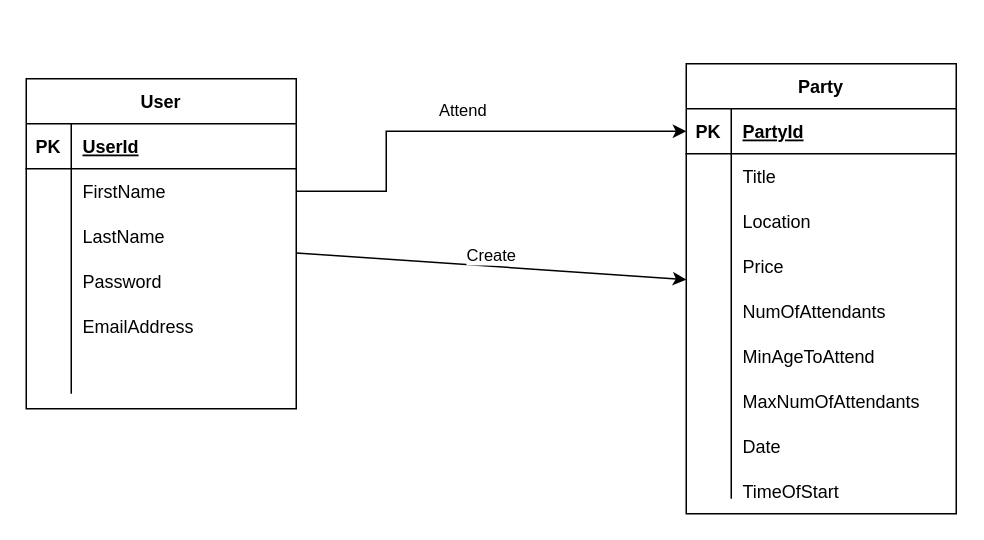
Above: documentation/data_structure.drawio in edvig/dts_project (draw.io), before the change. Source tidied: cells renumbered, new cells numbered last; positions are measured from the earlier drawing's top-left corner, leaving out a move shared by most shapes. Both pictures are drawn from the tidied source at 150%, with x=0, y=0 at pixel (26, 63).
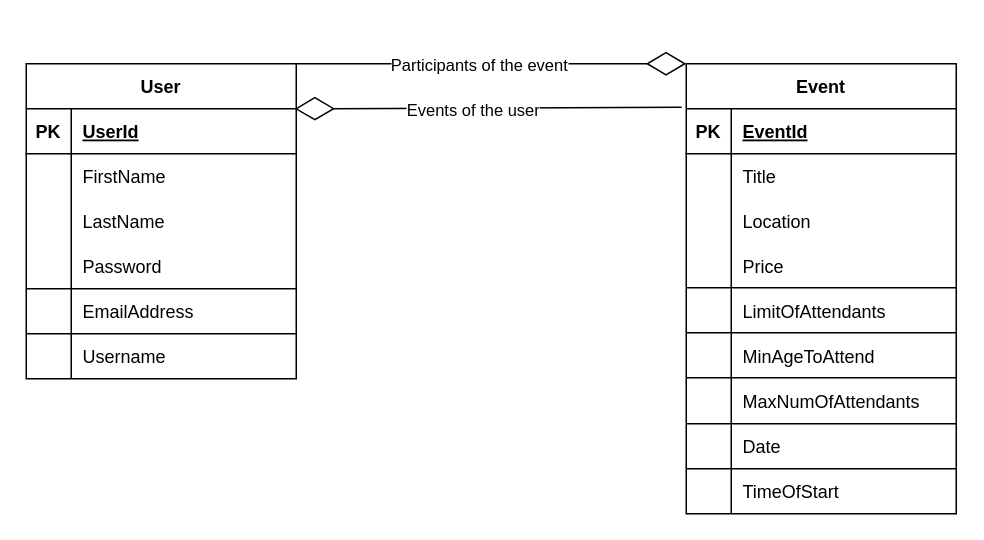
The same diagram, later.

Commit message (it also covers changes not shown here):
added drwaio model, diagrams

Unchanged cells that the change refers to:
```xml
<mxCell id="6" style="shape=tableRow;horizontal=0;startSize=0;swimlaneHead=0;swimlaneBody=0;fillColor=none;points=[[0,0.5],[1,0.5]];portConstraint=eastwest;top=0;left=0;right=0;bottom=0;" parent="2" vertex="1">
  <mxGeometry y="60" width="180" height="30" as="geometry" />
</mxCell>
<mxCell id="12" style="shape=tableRow;horizontal=0;startSize=0;swimlaneHead=0;swimlaneBody=0;fillColor=none;points=[[0,0.5],[1,0.5]];portConstraint=eastwest;top=0;left=0;right=0;bottom=0;" parent="2" vertex="1">
  <mxGeometry y="120" width="180" height="90" as="geometry" />
</mxCell>
<mxCell id="16" style="shape=tableRow;horizontal=0;startSize=0;swimlaneHead=0;swimlaneBody=0;fillColor=none;points=[[0,0.5],[1,0.5]];portConstraint=eastwest;top=0;left=0;right=0;bottom=1;" parent="15" vertex="1">
  <mxGeometry y="30" width="180" height="30" as="geometry" />
</mxCell>
```

Diff of the diagram source:
```diff
@@
     <mxCell id="2" value="User" style="shape=table;startSize=30;childLayout=tableLayout;rowLines=0;fontStyle=1;align=center;" parent="1" vertex="1">
-      <mxGeometry y="10" width="180" height="220" as="geometry" />
+      <mxGeometry width="180" height="210" as="geometry" />
     </mxCell>
@@
-    <mxCell id="15" value="Party" style="shape=table;startSize=30;childLayout=tableLayout;rowLines=0;fontStyle=1;align=center;" parent="1" vertex="1">
+    <mxCell id="15" value="Event" style="shape=table;startSize=30;childLayout=tableLayout;rowLines=0;fontStyle=1;align=center;" parent="1" vertex="1">
       <mxGeometry x="440" width="180" height="300" as="geometry" />
     </mxCell>
@@
-    <mxCell id="18" value="PartyId" style="shape=partialRectangle;fillColor=none;top=0;left=0;bottom=0;right=0;align=left;spacingLeft=6;fontStyle=5;overflow=hidden;" parent="16" vertex="1">
+    <mxCell id="18" value="EventId" style="shape=partialRectangle;fillColor=none;top=0;left=0;bottom=0;right=0;align=left;spacingLeft=6;fontStyle=5;overflow=hidden;" parent="16" vertex="1">
       <mxGeometry x="30" width="150" height="30" as="geometry" />
     </mxCell>
@@
     <mxCell id="25" style="shape=tableRow;horizontal=0;startSize=0;swimlaneHead=0;swimlaneBody=0;fillColor=none;top=0;left=0;right=0;bottom=0;" parent="15" vertex="1">
-      <mxGeometry y="120" width="180" height="170" as="geometry" />
+      <mxGeometry y="120" width="180" height="180" as="geometry" />
     </mxCell>
     <mxCell id="26" style="shape=partialRectangle;fillColor=none;top=0;left=0;bottom=0;right=0;overflow=hidden;" parent="25" vertex="1">
-      <mxGeometry width="30" height="170" as="geometry" />
+      <mxGeometry width="30" height="180" as="geometry" />
     </mxCell>
     <mxCell id="27" style="shape=partialRectangle;fillColor=none;top=0;left=0;bottom=0;right=0;align=left;spacingLeft=6;overflow=hidden;" parent="25" vertex="1">
-      <mxGeometry x="30" width="150" height="170" as="geometry" />
+      <mxGeometry x="30" width="150" height="180" as="geometry" />
     </mxCell>
-    <mxCell id="28" style="endArrow=classic;html=1;rounded=0;" parent="1" edge="1" source="2" target="15">
-      <mxGeometry relative="1" as="geometry" />
-    </mxCell>
-    <mxCell id="29" value="Create" style="edgeLabel;html=1;align=center;verticalAlign=middle;" parent="28" vertex="1">
-      <mxGeometry x="0.15" y="-1" relative="1" as="geometry">
-        <mxPoint x="-20" y="-10" as="offset" />
-      </mxGeometry>
-    </mxCell>
     <mxCell id="30" value="Password" style="shape=partialRectangle;fillColor=none;top=0;left=0;bottom=0;right=0;align=left;spacingLeft=6;overflow=hidden;" parent="1" vertex="1">
-      <mxGeometry x="30" y="130" width="150" height="30" as="geometry" />
+      <mxGeometry x="30" y="120" width="150" height="30" as="geometry" />
     </mxCell>
     <mxCell id="31" style="shape=partialRectangle;fillColor=none;top=0;left=0;bottom=0;right=0;align=left;spacingLeft=6;overflow=hidden;" parent="1" vertex="1">
-      <mxGeometry x="30" y="160" width="150" height="30" as="geometry" />
+      <mxGeometry x="30" y="150" width="150" height="30" as="geometry" />
     </mxCell>
     <mxCell id="32" value="EmailAddress" style="shape=partialRectangle;fillColor=none;top=0;left=0;bottom=0;right=0;align=left;spacingLeft=6;overflow=hidden;" parent="1" vertex="1">
-      <mxGeometry x="30" y="160" width="150" height="30" as="geometry" />
+      <mxGeometry x="30" y="150" width="150" height="30" as="geometry" />
     </mxCell>
-    <mxCell id="33" style="edgeStyle=orthogonalEdgeStyle;rounded=0;jettySize=auto;html=1;exitX=1;exitY=0.5;exitDx=0;exitDy=0;entryX=0;entryY=0.5;entryDx=0;entryDy=0;" parent="1" edge="1" source="6" target="16">
-      <mxGeometry relative="1" as="geometry">
-        <Array as="points">
-          <mxPoint x="240" y="85" />
-          <mxPoint x="240" y="45" />
-        </Array>
-      </mxGeometry>
-    </mxCell>
-    <mxCell id="34" value="Attend" style="edgeLabel;html=1;align=center;verticalAlign=middle;" parent="33" vertex="1">
-      <mxGeometry x="-0.04" y="2" relative="1" as="geometry">
-        <mxPoint x="6" y="-13" as="offset" />
-      </mxGeometry>
-    </mxCell>
@@
-    <mxCell id="36" value="NumOfAttendants" style="shape=partialRectangle;fillColor=none;top=0;left=0;bottom=0;right=0;align=left;spacingLeft=6;overflow=hidden;" parent="1" vertex="1">
+    <mxCell id="36" value="LimitOfAttendants" style="shape=partialRectangle;fillColor=none;top=0;left=0;bottom=0;right=0;align=left;spacingLeft=6;overflow=hidden;" parent="1" vertex="1">
       <mxGeometry x="470" y="150" width="150" height="30" as="geometry" />
     </mxCell>
@@
     <mxCell id="39" style="shape=partialRectangle;fillColor=none;top=0;left=0;bottom=0;right=0;align=left;spacingLeft=6;overflow=hidden;" parent="1" vertex="1">
-      <mxGeometry x="30" y="190" width="150" height="30" as="geometry" />
+      <mxGeometry x="30" y="180" width="150" height="30" as="geometry" />
     </mxCell>
@@
+    <mxCell id="42" value="Username" style="shape=partialRectangle;fillColor=none;top=0;left=0;bottom=0;right=0;align=left;spacingLeft=6;overflow=hidden;" parent="1" vertex="1">
+      <mxGeometry x="30" y="180" width="150" height="30" as="geometry" />
+    </mxCell>
+    <mxCell id="43" style="endArrow=diamondThin;endFill=0;endSize=24;html=1;entryX=0.994;entryY=0.143;entryDx=0;entryDy=0;entryPerimeter=0;exitX=-0.017;exitY=-0.033;exitDx=0;exitDy=0;exitPerimeter=0;" parent="1" edge="1" source="16" target="2">
+      <mxGeometry relative="1" as="geometry" />
+    </mxCell>
+    <mxCell id="44" value="Events of the user" style="edgeLabel;html=1;align=center;verticalAlign=middle;" parent="43" vertex="1">
+      <mxGeometry x="0.08" y="4" relative="1" as="geometry">
+        <mxPoint y="-3" as="offset" />
+      </mxGeometry>
+    </mxCell>
+    <mxCell id="28" style="endArrow=diamondThin;endFill=0;endSize=24;html=1;entryX=0;entryY=0;entryDx=0;entryDy=0;exitX=1;exitY=0;exitDx=0;exitDy=0;" parent="1" edge="1" source="2" target="15">
+      <mxGeometry relative="1" as="geometry" />
+    </mxCell>
+    <mxCell id="45" value="Participants of the event" style="edgeLabel;html=1;align=center;verticalAlign=middle;" parent="28" vertex="1">
+      <mxGeometry x="-0.19" y="-1" relative="1" as="geometry">
+        <mxPoint x="16" y="-1" as="offset" />
+      </mxGeometry>
+    </mxCell>
+    <mxCell id="46" style="endArrow=none;html=1;exitX=0;exitY=0.333;exitDx=0;exitDy=0;exitPerimeter=0;" parent="1" edge="1" source="12">
+      <mxGeometry relative="1" as="geometry">
+        <mxPoint x="180" y="150" as="targetPoint" />
+      </mxGeometry>
+    </mxCell>
+    <mxCell id="47" style="endArrow=none;html=1;exitX=0;exitY=0.333;exitDx=0;exitDy=0;exitPerimeter=0;" parent="1" edge="1">
+      <mxGeometry relative="1" as="geometry">
+        <mxPoint y="180" as="sourcePoint" />
+        <mxPoint x="180" y="180" as="targetPoint" />
+      </mxGeometry>
+    </mxCell>
+    <mxCell id="48" style="endArrow=none;html=1;exitX=0;exitY=0.333;exitDx=0;exitDy=0;exitPerimeter=0;" parent="1" edge="1">
+      <mxGeometry relative="1" as="geometry">
+        <mxPoint x="440" y="149.4" as="sourcePoint" />
+        <mxPoint x="620" y="149.4" as="targetPoint" />
+      </mxGeometry>
+    </mxCell>
+    <mxCell id="49" style="endArrow=none;html=1;exitX=0;exitY=0.333;exitDx=0;exitDy=0;exitPerimeter=0;" parent="1" edge="1">
+      <mxGeometry relative="1" as="geometry">
+        <mxPoint x="440" y="179.4" as="sourcePoint" />
+        <mxPoint x="620" y="179.4" as="targetPoint" />
+      </mxGeometry>
+    </mxCell>
+    <mxCell id="50" style="endArrow=none;html=1;exitX=0;exitY=0.333;exitDx=0;exitDy=0;exitPerimeter=0;" parent="1" edge="1">
+      <mxGeometry relative="1" as="geometry">
+        <mxPoint x="440" y="209.4" as="sourcePoint" />
+        <mxPoint x="620" y="209.4" as="targetPoint" />
+      </mxGeometry>
+    </mxCell>
+    <mxCell id="51" style="endArrow=none;html=1;exitX=0;exitY=0.333;exitDx=0;exitDy=0;exitPerimeter=0;" parent="1" edge="1">
+      <mxGeometry relative="1" as="geometry">
+        <mxPoint x="440" y="240" as="sourcePoint" />
+        <mxPoint x="620" y="240" as="targetPoint" />
+      </mxGeometry>
+    </mxCell>
+    <mxCell id="52" style="endArrow=none;html=1;exitX=0;exitY=0.333;exitDx=0;exitDy=0;exitPerimeter=0;" parent="1" edge="1">
+      <mxGeometry relative="1" as="geometry">
+        <mxPoint x="440" y="270" as="sourcePoint" />
+        <mxPoint x="620" y="270" as="targetPoint" />
+      </mxGeometry>
+    </mxCell>
```
